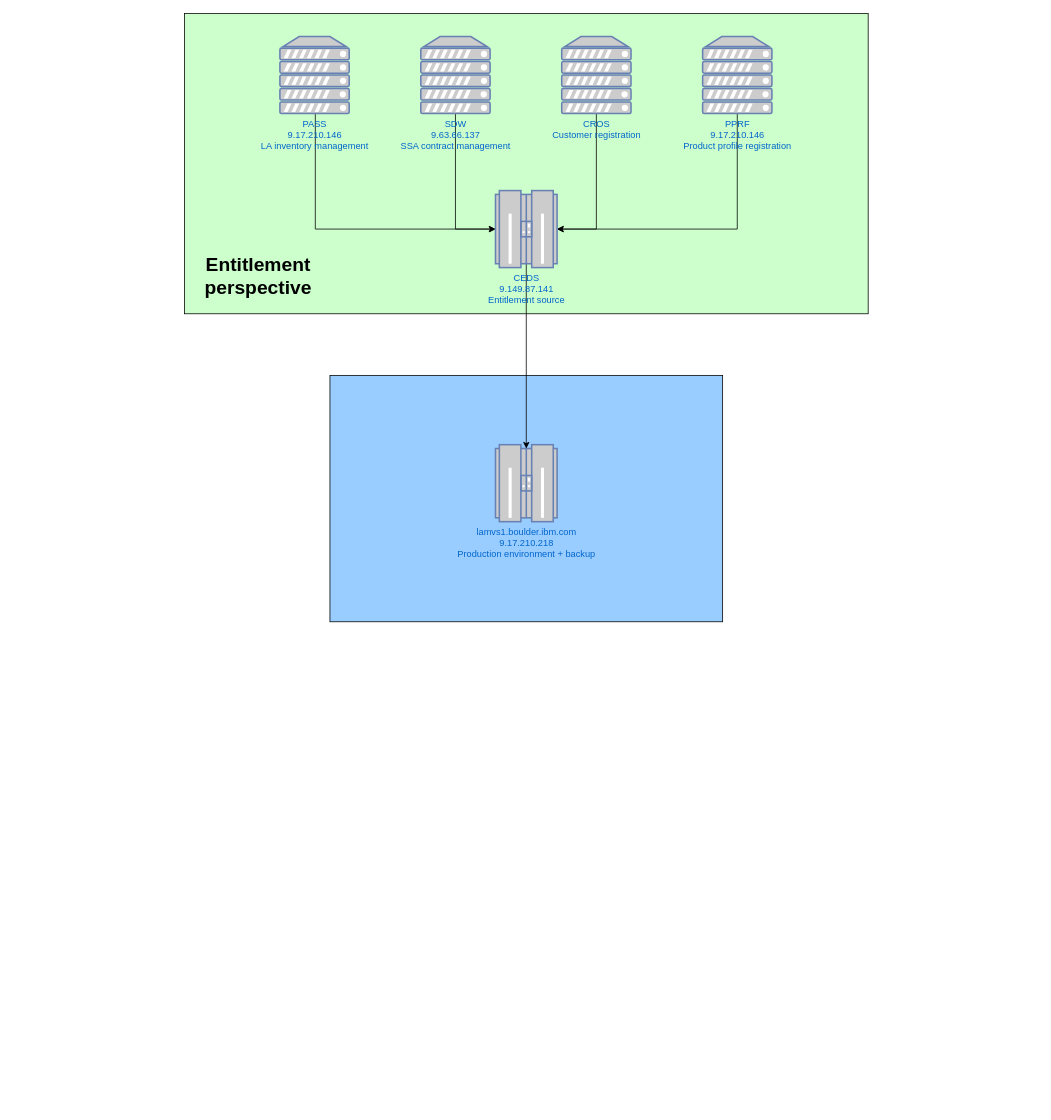
Above: RCMS_Arch.drawio in yuribreion/yuribreion (draw.io), before the change. Source tidied: cells renumbered, new cells numbered last; positions are measured from the earlier drawing's top-left corner, leaving out a move shared by most shapes. Both pictures are drawn from the tidied source at 77%, with x=0, y=0 at pixel (184, 13).
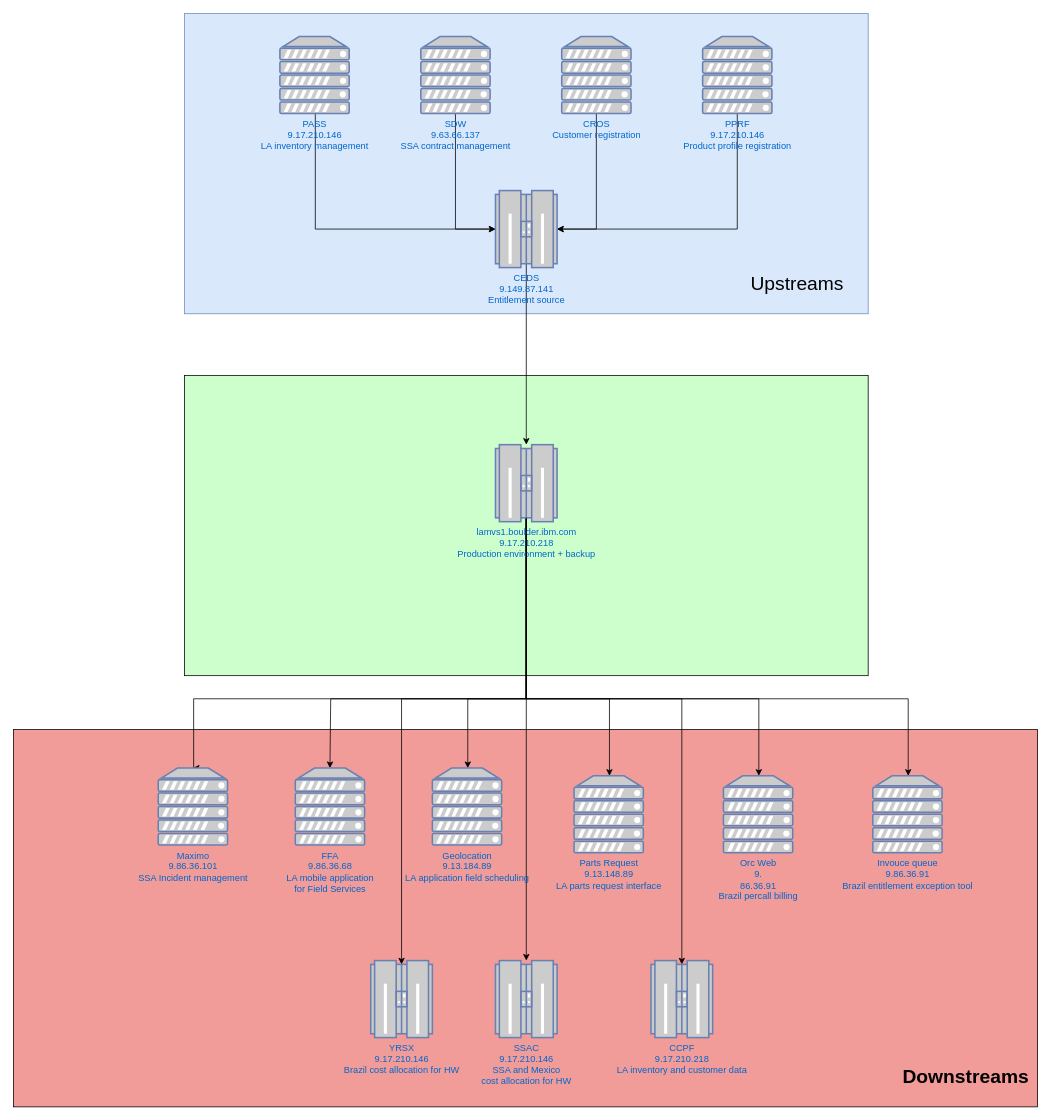
After the change.

Unchanged cells that the change refers to:
```xml
<mxCell id="4" value="&lt;div&gt;lamvs1.boulder.ibm.com&lt;/div&gt;&lt;div&gt;9.17.210.218&lt;/div&gt;&lt;div&gt;Production environment + backup&lt;br&gt;&lt;/div&gt;" style="fontColor=#0066CC;verticalAlign=top;verticalLabelPosition=bottom;labelPosition=center;align=center;html=1;outlineConnect=0;fillColor=#CCCCCC;strokeColor=#6881B3;gradientColor=none;gradientDirection=north;strokeWidth=2;shape=mxgraph.networks.mainframe;" parent="1" vertex="1">
  <mxGeometry x="404" y="560" width="80" height="100" as="geometry" />
</mxCell>
<mxCell id="14" value="&lt;div&gt;CEDS&lt;/div&gt;&lt;div&gt;9.149.87.141&lt;/div&gt;&lt;div&gt;Entitlement source&lt;br&gt;&lt;/div&gt;" style="fontColor=#0066CC;verticalAlign=top;verticalLabelPosition=bottom;labelPosition=center;align=center;html=1;outlineConnect=0;fillColor=#CCCCCC;strokeColor=#6881B3;gradientColor=none;gradientDirection=north;strokeWidth=2;shape=mxgraph.networks.mainframe;" parent="1" vertex="1">
  <mxGeometry x="404" y="230" width="80" height="100" as="geometry" />
</mxCell>
```

The edit, as a diff of the source:
```diff
@@
+    <mxCell id="16" style="rounded=0;whiteSpace=wrap;html=1;fillColor=#F19C99;fontSize=25;" parent="1" vertex="1">
+      <mxGeometry x="-222" y="930" width="1330" height="490" as="geometry" />
+    </mxCell>
-    <mxCell id="2" style="rounded=0;whiteSpace=wrap;html=1;fillColor=#CCFFCC;" parent="1" vertex="1">
+    <mxCell id="2" style="rounded=0;whiteSpace=wrap;html=1;fillColor=#dae8fc;strokeColor=#6c8ebf;" parent="1" vertex="1">
       <mxGeometry width="888" height="390" as="geometry" />
     </mxCell>
-    <mxCell id="3" style="rounded=0;whiteSpace=wrap;html=1;fillColor=#99CCFF;" parent="1" vertex="1">
-      <mxGeometry x="189" y="470" width="510" height="320" as="geometry" />
-    </mxCell>
+    <mxCell id="17" style="rounded=0;whiteSpace=wrap;html=1;fillColor=#CCFFCC;" parent="1" vertex="1">
+      <mxGeometry y="470" width="888" height="390" as="geometry" />
+    </mxCell>
+    <mxCell id="18" style="edgeStyle=orthogonalEdgeStyle;rounded=0;jettySize=auto;html=1;exitX=0.5;exitY=0.95;exitDx=0;exitDy=0;exitPerimeter=0;entryX=0.5;entryY=0;entryDx=0;entryDy=0;entryPerimeter=0;startArrow=none;startFill=0;endArrow=classic;endFill=1;fontSize=25;" parent="1" edge="1" source="4" target="29">
+      <mxGeometry relative="1" as="geometry">
+        <Array as="points">
+          <mxPoint x="444" y="890" />
+          <mxPoint x="190" y="890" />
+        </Array>
+      </mxGeometry>
+    </mxCell>
+    <mxCell id="19" style="edgeStyle=orthogonalEdgeStyle;rounded=0;jettySize=auto;html=1;exitX=0.5;exitY=0.95;exitDx=0;exitDy=0;exitPerimeter=0;startArrow=none;startFill=0;endArrow=classic;endFill=1;fontSize=25;" parent="1" edge="1" source="4" target="30">
+      <mxGeometry relative="1" as="geometry">
+        <Array as="points">
+          <mxPoint x="444" y="890" />
+          <mxPoint x="368" y="890" />
+        </Array>
+      </mxGeometry>
+    </mxCell>
+    <mxCell id="20" style="edgeStyle=orthogonalEdgeStyle;rounded=0;jettySize=auto;html=1;exitX=0.5;exitY=0.95;exitDx=0;exitDy=0;exitPerimeter=0;startArrow=none;startFill=0;endArrow=classic;endFill=1;fontSize=25;" parent="1" edge="1" source="4" target="32">
+      <mxGeometry relative="1" as="geometry">
+        <Array as="points">
+          <mxPoint x="444" y="890" />
+          <mxPoint x="552" y="890" />
+        </Array>
+      </mxGeometry>
+    </mxCell>
+    <mxCell id="21" style="edgeStyle=orthogonalEdgeStyle;rounded=0;jettySize=auto;html=1;exitX=0.5;exitY=0.95;exitDx=0;exitDy=0;exitPerimeter=0;startArrow=none;startFill=0;endArrow=classic;endFill=1;fontSize=25;" parent="1" edge="1" source="4" target="33">
+      <mxGeometry relative="1" as="geometry">
+        <Array as="points">
+          <mxPoint x="444" y="890" />
+          <mxPoint x="746" y="890" />
+        </Array>
+      </mxGeometry>
+    </mxCell>
+    <mxCell id="22" style="edgeStyle=orthogonalEdgeStyle;rounded=0;jettySize=auto;html=1;exitX=0.5;exitY=0.95;exitDx=0;exitDy=0;exitPerimeter=0;startArrow=none;startFill=0;endArrow=classic;endFill=1;fontSize=25;" parent="1" edge="1" source="4" target="31">
+      <mxGeometry relative="1" as="geometry">
+        <Array as="points">
+          <mxPoint x="444" y="890" />
+          <mxPoint x="940" y="890" />
+        </Array>
+      </mxGeometry>
+    </mxCell>
+    <mxCell id="23" style="edgeStyle=orthogonalEdgeStyle;rounded=0;jettySize=auto;html=1;exitX=0.5;exitY=0.95;exitDx=0;exitDy=0;exitPerimeter=0;startArrow=none;startFill=0;endArrow=classic;endFill=1;fontSize=25;entryX=0.5;entryY=0.05;entryDx=0;entryDy=0;entryPerimeter=0;" parent="1" edge="1" source="4" target="35">
+      <mxGeometry relative="1" as="geometry">
+        <Array as="points">
+          <mxPoint x="444" y="890" />
+          <mxPoint x="282" y="890" />
+        </Array>
+      </mxGeometry>
+    </mxCell>
+    <mxCell id="24" style="edgeStyle=orthogonalEdgeStyle;rounded=0;jettySize=auto;html=1;exitX=0.5;exitY=0.95;exitDx=0;exitDy=0;exitPerimeter=0;startArrow=none;startFill=0;endArrow=classic;endFill=1;fontSize=25;" parent="1" edge="1" source="4" target="34">
+      <mxGeometry relative="1" as="geometry" />
+    </mxCell>
+    <mxCell id="25" style="edgeStyle=orthogonalEdgeStyle;rounded=0;jettySize=auto;html=1;exitX=0.5;exitY=0.95;exitDx=0;exitDy=0;exitPerimeter=0;entryX=0.5;entryY=0.05;entryDx=0;entryDy=0;entryPerimeter=0;startArrow=none;startFill=0;endArrow=classic;endFill=1;fontSize=25;" parent="1" edge="1" source="4" target="36">
+      <mxGeometry relative="1" as="geometry">
+        <Array as="points">
+          <mxPoint x="444" y="890" />
+          <mxPoint x="646" y="890" />
+        </Array>
+      </mxGeometry>
+    </mxCell>
@@
-    <mxCell id="13" style="edgeStyle=orthogonalEdgeStyle;rounded=0;jettySize=auto;html=1;exitX=0.5;exitY=0.95;exitDx=0;exitDy=0;exitPerimeter=0;entryX=0.5;entryY=0.05;entryDx=0;entryDy=0;entryPerimeter=0;" parent="1" edge="1" source="14" target="4">
+    <mxCell id="13" style="edgeStyle=orthogonalEdgeStyle;rounded=0;jettySize=auto;html=1;exitX=0.5;exitY=0.95;exitDx=0;exitDy=0;exitPerimeter=0;fontSize=25;" parent="1" edge="1" source="14" target="4">
       <mxGeometry relative="1" as="geometry" />
     </mxCell>
@@
-    <mxCell id="15" value="Entitlement perspective" style="text;html=1;strokeColor=none;fillColor=none;align=center;verticalAlign=middle;whiteSpace=wrap;rounded=0;fontSize=25;fontStyle=1;" parent="1" vertex="1">
-      <mxGeometry x="76" y="330" width="40" height="20" as="geometry" />
-    </mxCell>
+    <mxCell id="26" value="Upstreams" style="text;html=1;strokeColor=none;fillColor=none;align=center;verticalAlign=middle;whiteSpace=wrap;rounded=0;fontSize=25;" parent="1" vertex="1">
+      <mxGeometry x="776" y="340" width="40" height="20" as="geometry" />
+    </mxCell>
+    <mxCell id="27" style="edgeStyle=orthogonalEdgeStyle;rounded=0;jettySize=auto;html=1;exitX=0.5;exitY=0;exitDx=0;exitDy=0;exitPerimeter=0;fontSize=25;endArrow=none;endFill=0;startArrow=classic;startFill=1;entryX=0.5;entryY=0.95;entryDx=0;entryDy=0;entryPerimeter=0;" parent="1" edge="1" source="28" target="4">
+      <mxGeometry relative="1" as="geometry">
+        <Array as="points">
+          <mxPoint x="12" y="890" />
+          <mxPoint x="444" y="890" />
+        </Array>
+      </mxGeometry>
+    </mxCell>
+    <mxCell id="28" value="&lt;div&gt;Maximo&lt;/div&gt;&lt;div&gt;9.86.36.101&lt;/div&gt;&lt;div&gt;SSA Incident management&lt;br&gt;&lt;/div&gt;" style="fontColor=#0066CC;verticalAlign=top;verticalLabelPosition=bottom;labelPosition=center;align=center;html=1;outlineConnect=0;fillColor=#CCCCCC;strokeColor=#6881B3;gradientColor=none;gradientDirection=north;strokeWidth=2;shape=mxgraph.networks.server;" parent="1" vertex="1">
+      <mxGeometry x="-34" y="980" width="90" height="100" as="geometry" />
+    </mxCell>
+    <mxCell id="29" value="&lt;div&gt;FFA&lt;/div&gt;&lt;div&gt;9.86.36.68&lt;/div&gt;&lt;div&gt;LA mobile application&lt;/div&gt;&lt;div&gt;for Field Services&lt;br&gt;&lt;/div&gt;" style="fontColor=#0066CC;verticalAlign=top;verticalLabelPosition=bottom;labelPosition=center;align=center;html=1;outlineConnect=0;fillColor=#CCCCCC;strokeColor=#6881B3;gradientColor=none;gradientDirection=north;strokeWidth=2;shape=mxgraph.networks.server;" parent="1" vertex="1">
+      <mxGeometry x="144" y="980" width="90" height="100" as="geometry" />
+    </mxCell>
+    <mxCell id="30" value="&lt;div&gt;Geolocation&lt;/div&gt;&lt;div&gt;9.13.184.89&lt;/div&gt;&lt;div&gt;LA application field scheduling&lt;br&gt;&lt;/div&gt;" style="fontColor=#0066CC;verticalAlign=top;verticalLabelPosition=bottom;labelPosition=center;align=center;html=1;outlineConnect=0;fillColor=#CCCCCC;strokeColor=#6881B3;gradientColor=none;gradientDirection=north;strokeWidth=2;shape=mxgraph.networks.server;" parent="1" vertex="1">
+      <mxGeometry x="322" y="980" width="90" height="100" as="geometry" />
+    </mxCell>
+    <mxCell id="31" value="&lt;div&gt;Invouce queue&lt;/div&gt;&lt;div&gt;9.86.36.91&lt;/div&gt;&lt;div&gt;Brazil entitlement exception tool&lt;br&gt;&lt;/div&gt;" style="fontColor=#0066CC;verticalAlign=top;verticalLabelPosition=bottom;labelPosition=center;align=center;html=1;outlineConnect=0;fillColor=#CCCCCC;strokeColor=#6881B3;gradientColor=none;gradientDirection=north;strokeWidth=2;shape=mxgraph.networks.server;" parent="1" vertex="1">
+      <mxGeometry x="894" y="990" width="90" height="100" as="geometry" />
+    </mxCell>
+    <mxCell id="32" value="&lt;div&gt;Parts Request&lt;/div&gt;&lt;div&gt;9.13.148.89&lt;/div&gt;&lt;div&gt;LA parts request interface&lt;br&gt;&lt;/div&gt;" style="fontColor=#0066CC;verticalAlign=top;verticalLabelPosition=bottom;labelPosition=center;align=center;html=1;outlineConnect=0;fillColor=#CCCCCC;strokeColor=#6881B3;gradientColor=none;gradientDirection=north;strokeWidth=2;shape=mxgraph.networks.server;" parent="1" vertex="1">
+      <mxGeometry x="506" y="990" width="90" height="100" as="geometry" />
+    </mxCell>
+    <mxCell id="33" value="&lt;div&gt;Orc Web&lt;/div&gt;&lt;div&gt;9.&lt;br&gt;&lt;/div&gt;&lt;div&gt;86.36.91&lt;/div&gt;&lt;div&gt;Brazil percall billing&lt;br&gt;&lt;/div&gt;" style="fontColor=#0066CC;verticalAlign=top;verticalLabelPosition=bottom;labelPosition=center;align=center;html=1;outlineConnect=0;fillColor=#CCCCCC;strokeColor=#6881B3;gradientColor=none;gradientDirection=north;strokeWidth=2;shape=mxgraph.networks.server;" parent="1" vertex="1">
+      <mxGeometry x="700" y="990" width="90" height="100" as="geometry" />
+    </mxCell>
+    <mxCell id="34" value="&lt;div&gt;SSAC&lt;br&gt;&lt;/div&gt;&lt;div&gt;9.17.210.146&lt;/div&gt;&lt;div&gt;SSA and Mexico &lt;br&gt;&lt;/div&gt;&lt;div&gt;cost allocation for HW&lt;br&gt;&lt;/div&gt;" style="fontColor=#0066CC;verticalAlign=top;verticalLabelPosition=bottom;labelPosition=center;align=center;html=1;outlineConnect=0;fillColor=#CCCCCC;strokeColor=#6881B3;gradientColor=none;gradientDirection=north;strokeWidth=2;shape=mxgraph.networks.mainframe;" parent="1" vertex="1">
+      <mxGeometry x="404" y="1230" width="80" height="100" as="geometry" />
+    </mxCell>
+    <mxCell id="35" value="&lt;div&gt;YRSX&lt;/div&gt;&lt;div&gt;9.17.210.146&lt;/div&gt;&lt;div&gt;Brazil cost allocation for HW&lt;br&gt;&lt;/div&gt;" style="fontColor=#0066CC;verticalAlign=top;verticalLabelPosition=bottom;labelPosition=center;align=center;html=1;outlineConnect=0;fillColor=#CCCCCC;strokeColor=#6881B3;gradientColor=none;gradientDirection=north;strokeWidth=2;shape=mxgraph.networks.mainframe;" parent="1" vertex="1">
+      <mxGeometry x="242" y="1230" width="80" height="100" as="geometry" />
+    </mxCell>
+    <mxCell id="36" value="&lt;div&gt;CCPF&lt;/div&gt;&lt;div&gt;9.17.210.218&lt;/div&gt;&lt;div&gt;LA inventory and customer data&lt;br&gt;&lt;/div&gt;" style="fontColor=#0066CC;verticalAlign=top;verticalLabelPosition=bottom;labelPosition=center;align=center;html=1;outlineConnect=0;fillColor=#CCCCCC;strokeColor=#6881B3;gradientColor=none;gradientDirection=north;strokeWidth=2;shape=mxgraph.networks.mainframe;" parent="1" vertex="1">
+      <mxGeometry x="606" y="1230" width="80" height="100" as="geometry" />
+    </mxCell>
+    <mxCell id="37" value="Downstreams" style="text;html=1;strokeColor=none;fillColor=none;align=center;verticalAlign=middle;whiteSpace=wrap;rounded=0;fontSize=25;fontStyle=1;" parent="1" vertex="1">
+      <mxGeometry x="956" y="1370" width="118" height="20" as="geometry" />
+    </mxCell>
```
